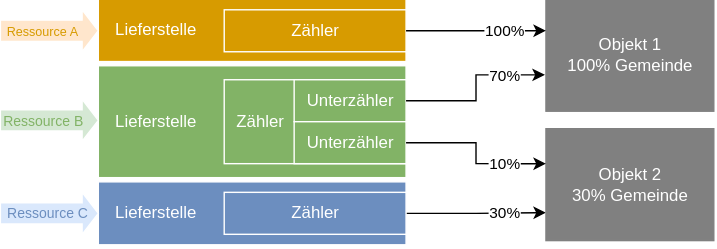
Before: docs/assets/images/structures_general.svg, a diagram exported from draw.io (Jens1410/GDKmanual). Source tidied: cells renumbered, new cells last; positions are measured from the earlier drawing's top-left corner, leaving out a move shared by most shapes. Its diagram source:
```xml
<mxGraphModel>
  <root>
    <mxCell id="0" />
    <mxCell id="1" parent="0" />
    <mxCell id="2" value="&lt;div align=&quot;left&quot;&gt;&lt;span style=&quot;color: light-dark(rgb(255, 255, 255), rgb(109, 81, 0));&quot;&gt;&amp;nbsp; &amp;nbsp;Lieferstelle&lt;/span&gt;&lt;/div&gt;" style="rounded=0;whiteSpace=wrap;html=1;fillColor=#82B366;strokeColor=light-dark(#ffffff, #446e2c);align=left;" parent="1" vertex="1">
      <mxGeometry x="70" y="48" width="220" height="80" as="geometry" />
    </mxCell>
    <mxCell id="3" value="&lt;div align=&quot;left&quot;&gt;&lt;span style=&quot;color: light-dark(rgb(255, 255, 255), rgb(92, 121, 163));&quot;&gt;&amp;nbsp; &amp;nbsp;Lieferstelle&lt;/span&gt;&lt;/div&gt;" style="rounded=0;whiteSpace=wrap;html=1;fillColor=light-dark(#6C8EBF,#36210A);strokeColor=light-dark(#ffffff, #5c79a3);align=left;" parent="1" vertex="1">
      <mxGeometry x="70" y="131" width="220" height="45" as="geometry" />
    </mxCell>
    <mxCell id="4" value="&lt;div&gt;&lt;span style=&quot;color: light-dark(rgb(255, 255, 255), rgb(153, 101, 0));&quot;&gt;&amp;nbsp; &amp;nbsp;Lieferstelle&lt;/span&gt;&lt;/div&gt;" style="rounded=0;whiteSpace=wrap;html=1;fillColor=light-dark(#D79B00,#36210A);strokeColor=light-dark(#ffffff, #996500);align=left;" parent="1" vertex="1">
      <mxGeometry x="70" width="220" height="45" as="geometry" />
    </mxCell>
    <mxCell id="5" value="&lt;div align=&quot;left&quot;&gt;&lt;span style=&quot;color: light-dark(rgb(255, 255, 255), rgb(109, 81, 0));&quot;&gt;&amp;nbsp; Zähler&lt;/span&gt;&lt;/div&gt;" style="rounded=0;whiteSpace=wrap;html=1;fillColor=#82B366;strokeColor=light-dark(#ffffff, #446e2c);align=left;" parent="1" vertex="1">
      <mxGeometry x="160" y="58" width="130" height="60" as="geometry" />
    </mxCell>
    <mxCell id="6" style="edgeStyle=orthogonalEdgeStyle;rounded=0;jettySize=auto;html=1;entryX=0;entryY=0.75;entryDx=0;entryDy=0;" parent="1" edge="1" source="8" target="16">
      <mxGeometry relative="1" as="geometry" />
    </mxCell>
    <mxCell id="7" value="30%" style="edgeLabel;html=1;align=center;verticalAlign=middle;" parent="6" vertex="1">
      <mxGeometry x="-0.6" relative="1" as="geometry">
        <mxPoint x="50" as="offset" />
      </mxGeometry>
    </mxCell>
    <mxCell id="8" value="&lt;span style=&quot;color: light-dark(rgb(255, 255, 255), rgb(92, 121, 163));&quot;&gt;Zähler&lt;/span&gt;" style="rounded=0;whiteSpace=wrap;html=1;fillColor=light-dark(#6C8EBF,#36210A);strokeColor=light-dark(#ffffff, #5c79a3);" parent="1" vertex="1">
      <mxGeometry x="160" y="138.5" width="130" height="30" as="geometry" />
    </mxCell>
    <mxCell id="9" value="&lt;span style=&quot;color: light-dark(rgb(255, 255, 255), rgb(153, 101, 0));&quot;&gt;Zähler&lt;/span&gt;" style="rounded=0;whiteSpace=wrap;html=1;fillColor=light-dark(#D79B00,#36210A);strokeColor=light-dark(#ffffff, #996500);" parent="1" vertex="1">
      <mxGeometry x="160" y="8" width="130" height="30" as="geometry" />
    </mxCell>
    <mxCell id="10" value="&lt;font style=&quot;font-size: 10px; color: rgb(130, 179, 102);&quot;&gt;Ressource B&lt;/font&gt;" style="shape=singleArrow;whiteSpace=wrap;html=1;arrowWidth=0.5051150690310856;arrowSize=0.1653967285156247;align=left;fillColor=#d5e8d4;strokeColor=light-dark(#ffffff, #996500);" parent="1" vertex="1">
      <mxGeometry y="72" width="70" height="30" as="geometry" />
    </mxCell>
    <mxCell id="11" value="&lt;font style=&quot;font-size: 10px;&quot;&gt;&lt;span style=&quot;color: rgb(108, 142, 191);&quot;&gt;&amp;nbsp;Ressource C&lt;/span&gt;&lt;/font&gt;" style="shape=singleArrow;whiteSpace=wrap;html=1;arrowWidth=0.5051150690310856;arrowSize=0.1653967285156247;align=left;fillColor=#dae8fc;strokeColor=light-dark(#ffffff, #996500);" parent="1" vertex="1">
      <mxGeometry y="138.5" width="70" height="30" as="geometry" />
    </mxCell>
    <mxCell id="12" value="&lt;font style=&quot;font-size: 9px;&quot;&gt;&lt;span style=&quot;color: light-dark(rgb(215, 155, 0), rgb(237, 237, 237));&quot;&gt;&amp;nbsp;Ressource A&lt;/span&gt;&lt;/font&gt;" style="shape=singleArrow;whiteSpace=wrap;html=1;arrowWidth=0.5051150690310856;arrowSize=0.1653967285156247;align=left;fillColor=#ffe6cc;strokeColor=light-dark(#ffffff, #996500);" parent="1" vertex="1">
      <mxGeometry y="8" width="70" height="30" as="geometry" />
    </mxCell>
    <mxCell id="13" value="&lt;span style=&quot;color: light-dark(rgb(255, 255, 255), rgb(237, 237, 237));&quot;&gt;Unterzähler&lt;/span&gt;" style="rounded=0;whiteSpace=wrap;html=1;fillColor=#82B366;strokeColor=light-dark(#ffffff, #446e2c);" parent="1" vertex="1">
      <mxGeometry x="210" y="58" width="80" height="30" as="geometry" />
    </mxCell>
    <mxCell id="14" value="&lt;span style=&quot;color: light-dark(rgb(255, 255, 255), rgb(237, 237, 237));&quot;&gt;Unterzähler&lt;/span&gt;" style="rounded=0;whiteSpace=wrap;html=1;fillColor=#82B366;strokeColor=light-dark(#ffffff, #446e2c);" parent="1" vertex="1">
      <mxGeometry x="210" y="88" width="80" height="30" as="geometry" />
    </mxCell>
    <mxCell id="15" value="&lt;span style=&quot;color: light-dark(rgb(255, 255, 255), rgb(237, 237, 237));&quot;&gt;Objekt 1&lt;/span&gt;&lt;br&gt;&lt;span style=&quot;color: rgb(255, 255, 255);&quot;&gt;100% Gemeinde&lt;/span&gt;" style="rounded=0;whiteSpace=wrap;html=1;fillColor=light-dark(#808080, #ededed);strokeColor=#808080;" parent="1" vertex="1">
      <mxGeometry x="390" y="0.5" width="120" height="80" as="geometry" />
    </mxCell>
    <mxCell id="16" value="&lt;span style=&quot;color: light-dark(rgb(255, 255, 255), rgb(237, 237, 237));&quot;&gt;Objekt 2&lt;br&gt;30% Gemeinde&lt;/span&gt;" style="rounded=0;whiteSpace=wrap;html=1;fillColor=light-dark(#808080, #ededed);strokeColor=#808080;" parent="1" vertex="1">
      <mxGeometry x="390" y="93" width="120" height="80" as="geometry" />
    </mxCell>
    <mxCell id="17" style="edgeStyle=orthogonalEdgeStyle;rounded=0;jettySize=auto;html=1;entryX=-0.006;entryY=0.675;entryDx=0;entryDy=0;entryPerimeter=0;" parent="1" edge="1" source="13" target="15">
      <mxGeometry relative="1" as="geometry" />
    </mxCell>
    <mxCell id="18" value="70%" style="edgeLabel;html=1;align=center;verticalAlign=middle;" parent="17" vertex="1">
      <mxGeometry x="0.51" y="-1" relative="1" as="geometry" />
    </mxCell>
    <mxCell id="19" style="edgeStyle=orthogonalEdgeStyle;rounded=0;jettySize=auto;html=1;entryX=0;entryY=0.313;entryDx=0;entryDy=0;entryPerimeter=0;" parent="1" edge="1" source="14" target="16">
      <mxGeometry relative="1" as="geometry" />
    </mxCell>
    <mxCell id="20" value="10%" style="edgeLabel;html=1;align=center;verticalAlign=middle;" parent="19" vertex="1">
      <mxGeometry x="-0.65" y="1" relative="1" as="geometry">
        <mxPoint x="50" y="16" as="offset" />
      </mxGeometry>
    </mxCell>
    <mxCell id="21" style="edgeStyle=orthogonalEdgeStyle;rounded=0;jettySize=auto;html=1;entryX=0;entryY=0.281;entryDx=0;entryDy=0;entryPerimeter=0;" parent="1" edge="1" source="9" target="15">
      <mxGeometry relative="1" as="geometry" />
    </mxCell>
    <mxCell id="22" value="100%" style="edgeLabel;html=1;align=center;verticalAlign=middle;" parent="21" vertex="1">
      <mxGeometry x="-0.6" y="-1" relative="1" as="geometry">
        <mxPoint x="50" y="-1" as="offset" />
      </mxGeometry>
    </mxCell>
  </root>
</mxGraphModel>
```
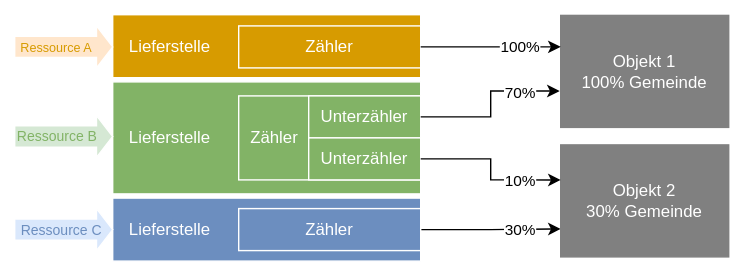
Above is the later version.

What changed in the source:
```diff
@@ -2,6 +2,9 @@
   <root>
     <mxCell id="0" />
     <mxCell id="1" parent="0" />
+    <mxCell id="23" style="rounded=0;whiteSpace=wrap;html=1;strokeWidth=0;strokeColor=none;" parent="1" vertex="1">
+      <mxGeometry x="-10" y="-10" width="530" height="200" as="geometry" />
+    </mxCell>
     <mxCell id="2" value="&lt;div align=&quot;left&quot;&gt;&lt;span style=&quot;color: light-dark(rgb(255, 255, 255), rgb(109, 81, 0));&quot;&gt;&amp;nbsp; &amp;nbsp;Lieferstelle&lt;/span&gt;&lt;/div&gt;" style="rounded=0;whiteSpace=wrap;html=1;fillColor=#82B366;strokeColor=light-dark(#ffffff, #446e2c);align=left;" parent="1" vertex="1">
       <mxGeometry x="70" y="48" width="220" height="80" as="geometry" />
     </mxCell>
```
